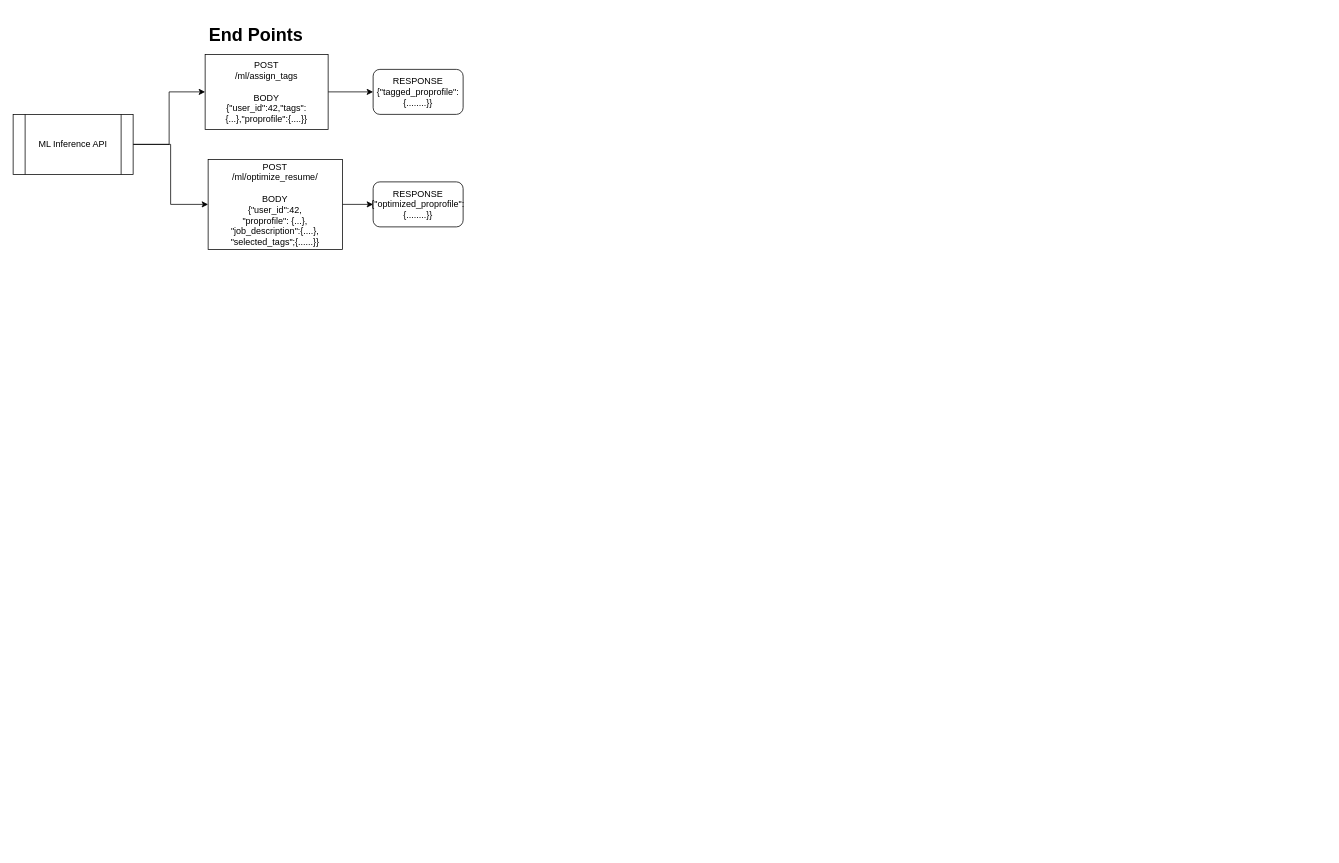
The draw.io diagram ML_Systems.drawio in wereign/rizzume_ml, before the edit. Source tidied: cells renumbered, new cells numbered last; positions are measured from the earlier drawing's top-left corner, leaving out a move shared by most shapes. Both pictures are drawn from the tidied source at 75%, with x=0, y=0 at pixel (13, 24).
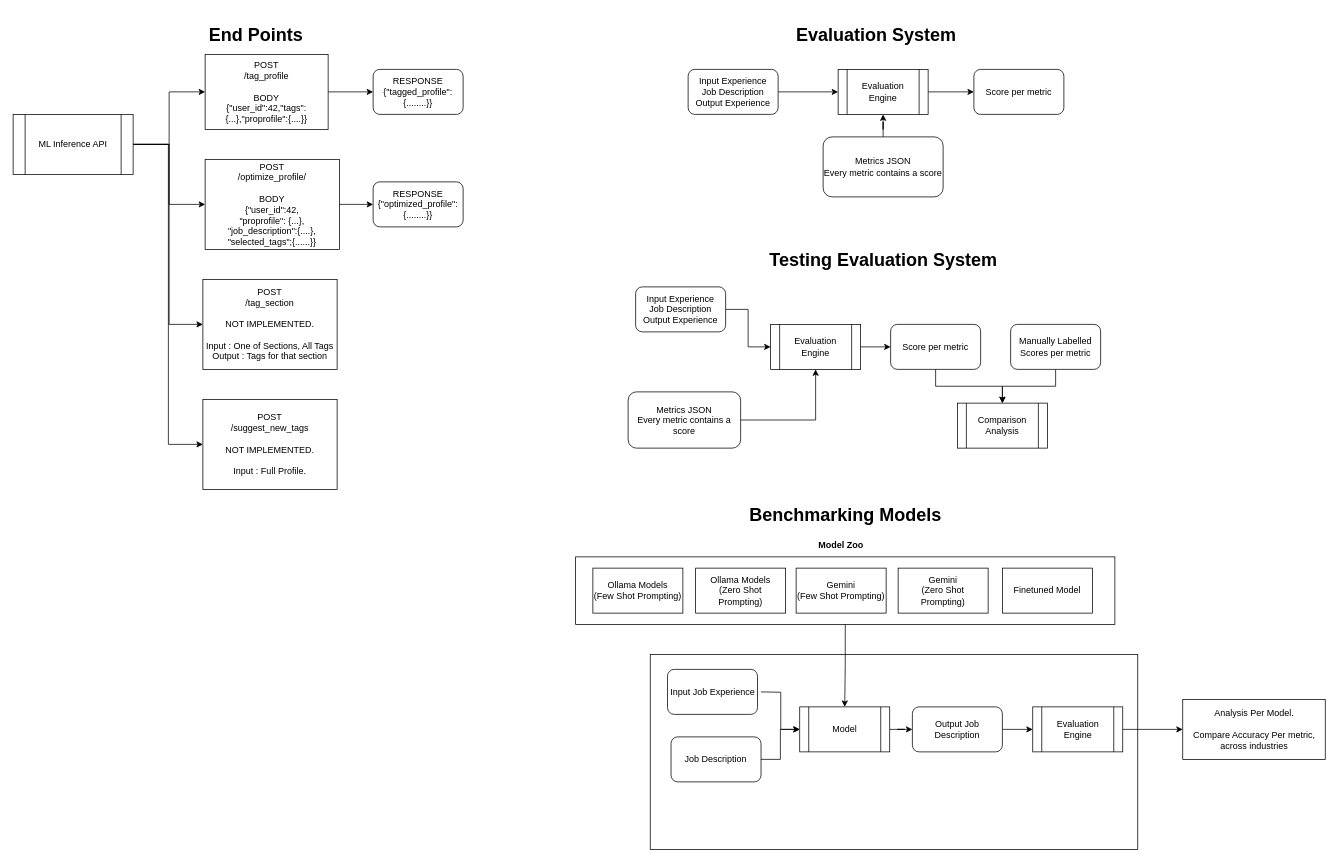
The same diagram, later.

Unchanged cells that the change refers to:
```xml
<mxCell id="5" value="ML Inference API" style="shape=process;whiteSpace=wrap;html=1;backgroundOutline=1;" parent="1" vertex="1">
  <mxGeometry y="120" width="160" height="80" as="geometry" />
</mxCell>
```

Change to the diagram source:
```diff
@@
+    <mxCell id="12" style="rounded=0;whiteSpace=wrap;html=1;" parent="1" vertex="1">
+      <mxGeometry x="849.5" y="840" width="650" height="260" as="geometry" />
+    </mxCell>
@@
+    <mxCell id="13" style="edgeStyle=orthogonalEdgeStyle;rounded=0;jettySize=auto;html=1;" parent="1" edge="1" target="15">
+      <mxGeometry relative="1" as="geometry">
+        <mxPoint x="158" y="160" as="sourcePoint" />
+        <Array as="points">
+          <mxPoint x="208" y="160" />
+          <mxPoint x="208" y="400" />
+        </Array>
+      </mxGeometry>
+    </mxCell>
+    <mxCell id="14" style="edgeStyle=orthogonalEdgeStyle;rounded=0;jettySize=auto;html=1;entryX=0;entryY=0.5;entryDx=0;entryDy=0;" parent="1" edge="1" source="5" target="16">
+      <mxGeometry relative="1" as="geometry">
+        <Array as="points">
+          <mxPoint x="207" y="160" />
+          <mxPoint x="207" y="560" />
+        </Array>
+      </mxGeometry>
+    </mxCell>
@@
-    <mxCell id="7" value="POST&lt;div&gt;/ml/assign_tags&lt;/div&gt;&lt;div&gt;&lt;br&gt;&lt;/div&gt;&lt;div&gt;BODY&lt;/div&gt;&lt;div&gt;{&quot;user_id&quot;:42,&quot;tags&quot;:{...},&quot;proprofile&quot;:{....}}&lt;/div&gt;" style="rounded=0;whiteSpace=wrap;html=1;" parent="1" vertex="1">
+    <mxCell id="7" value="POST&lt;div&gt;/tag_profile&lt;/div&gt;&lt;div&gt;&lt;br&gt;&lt;/div&gt;&lt;div&gt;BODY&lt;/div&gt;&lt;div&gt;{&quot;user_id&quot;:42,&quot;tags&quot;:{...},&quot;proprofile&quot;:{....}}&lt;/div&gt;" style="rounded=0;whiteSpace=wrap;html=1;" parent="1" vertex="1">
       <mxGeometry x="256" y="40" width="164" height="100" as="geometry" />
     </mxCell>
-    <mxCell id="8" value="RESPONSE&lt;div&gt;{&quot;tagged_proprofile&quot;:{........}}&lt;/div&gt;" style="rounded=1;whiteSpace=wrap;html=1;" parent="1" vertex="1">
+    <mxCell id="8" value="RESPONSE&lt;div&gt;{&quot;tagged_profile&quot;:{........}}&lt;/div&gt;" style="rounded=1;whiteSpace=wrap;html=1;" parent="1" vertex="1">
       <mxGeometry x="480" y="60" width="120" height="60" as="geometry" />
     </mxCell>
@@
-    <mxCell id="10" value="POST&lt;div&gt;/ml/optimize_resume/&lt;/div&gt;&lt;div&gt;&lt;br&gt;&lt;/div&gt;&lt;div&gt;BODY&lt;/div&gt;&lt;div&gt;{&quot;user_id&quot;:42,&lt;/div&gt;&lt;div&gt;&quot;proprofile&quot;: {...},&lt;/div&gt;&lt;div&gt;&quot;job_description&quot;:{....},&lt;/div&gt;&lt;div&gt;&quot;selected_tags&quot;;{......}}&lt;/div&gt;" style="rounded=0;whiteSpace=wrap;html=1;" parent="1" vertex="1">
-      <mxGeometry x="260" y="180" width="179" height="120" as="geometry" />
+    <mxCell id="10" value="POST&lt;div&gt;/optimize_profile/&lt;/div&gt;&lt;div&gt;&lt;br&gt;&lt;/div&gt;&lt;div&gt;BODY&lt;/div&gt;&lt;div&gt;{&quot;user_id&quot;:42,&lt;/div&gt;&lt;div&gt;&quot;proprofile&quot;: {...},&lt;/div&gt;&lt;div&gt;&quot;job_description&quot;:{....},&lt;/div&gt;&lt;div&gt;&quot;selected_tags&quot;;{......}}&lt;/div&gt;" style="rounded=0;whiteSpace=wrap;html=1;" parent="1" vertex="1">
+      <mxGeometry x="256" y="180" width="179" height="120" as="geometry" />
     </mxCell>
-    <mxCell id="11" value="RESPONSE&lt;div&gt;{&quot;optimized_proprofile&quot;:{........}}&lt;/div&gt;" style="rounded=1;whiteSpace=wrap;html=1;" parent="1" vertex="1">
+    <mxCell id="11" value="RESPONSE&lt;div&gt;{&quot;optimized_profile&quot;:{........}}&lt;/div&gt;" style="rounded=1;whiteSpace=wrap;html=1;" parent="1" vertex="1">
       <mxGeometry x="480" y="210" width="120" height="60" as="geometry" />
     </mxCell>
+    <mxCell id="15" value="POST&lt;div&gt;/tag_section&lt;/div&gt;&lt;div&gt;&lt;br&gt;&lt;/div&gt;&lt;div&gt;NOT IMPLEMENTED.&lt;/div&gt;&lt;div&gt;&lt;br&gt;&lt;/div&gt;&lt;div&gt;Input : One of Sections, All Tags&lt;/div&gt;&lt;div&gt;Output : Tags for that section&lt;/div&gt;" style="rounded=0;whiteSpace=wrap;html=1;" parent="1" vertex="1">
+      <mxGeometry x="253" y="340" width="179" height="120" as="geometry" />
+    </mxCell>
+    <mxCell id="16" value="POST&lt;div&gt;/suggest_new_tags&lt;/div&gt;&lt;div&gt;&lt;br&gt;&lt;/div&gt;&lt;div&gt;NOT IMPLEMENTED.&lt;/div&gt;&lt;div&gt;&lt;br&gt;&lt;/div&gt;&lt;div&gt;Input : Full Profile.&lt;/div&gt;" style="rounded=0;whiteSpace=wrap;html=1;" parent="1" vertex="1">
+      <mxGeometry x="253" y="500" width="179" height="120" as="geometry" />
+    </mxCell>
+    <mxCell id="17" value="&lt;h1&gt;Evaluation System&lt;/h1&gt;" style="text;html=1;align=center;verticalAlign=middle;whiteSpace=wrap;rounded=0;" parent="1" vertex="1">
+      <mxGeometry x="1043" width="216" height="30" as="geometry" />
+    </mxCell>
+    <mxCell id="18" value="&lt;h1&gt;Testing Evaluation System&lt;/h1&gt;" style="text;html=1;align=center;verticalAlign=middle;whiteSpace=wrap;rounded=0;" parent="1" vertex="1">
+      <mxGeometry x="966.5" y="300" width="387" height="30" as="geometry" />
+    </mxCell>
+    <mxCell id="19" style="edgeStyle=orthogonalEdgeStyle;rounded=0;jettySize=auto;html=1;" parent="1" edge="1" source="20" target="21">
+      <mxGeometry relative="1" as="geometry" />
+    </mxCell>
+    <mxCell id="20" value="Evaluation Engine" style="shape=process;whiteSpace=wrap;html=1;backgroundOutline=1;" parent="1" vertex="1">
+      <mxGeometry x="1100" y="60" width="120" height="60" as="geometry" />
+    </mxCell>
+    <mxCell id="21" value="Score per metric" style="rounded=1;whiteSpace=wrap;html=1;" parent="1" vertex="1">
+      <mxGeometry x="1281" y="60" width="120" height="60" as="geometry" />
+    </mxCell>
+    <mxCell id="22" style="edgeStyle=orthogonalEdgeStyle;rounded=0;jettySize=auto;html=1;" parent="1" edge="1" source="23" target="20">
+      <mxGeometry relative="1" as="geometry" />
+    </mxCell>
+    <mxCell id="23" value="Input Experience&lt;div&gt;Job Description&lt;/div&gt;&lt;div&gt;Output Experience&lt;/div&gt;" style="rounded=1;whiteSpace=wrap;html=1;" parent="1" vertex="1">
+      <mxGeometry x="900" y="60" width="120" height="60" as="geometry" />
+    </mxCell>
+    <mxCell id="24" style="edgeStyle=orthogonalEdgeStyle;rounded=0;jettySize=auto;html=1;" parent="1" edge="1" source="25" target="20">
+      <mxGeometry relative="1" as="geometry" />
+    </mxCell>
+    <mxCell id="25" value="Metrics JSON&lt;div&gt;Every metric contains a score&lt;/div&gt;" style="rounded=1;whiteSpace=wrap;html=1;" parent="1" vertex="1">
+      <mxGeometry x="1080" y="150" width="160" height="80" as="geometry" />
+    </mxCell>
+    <mxCell id="26" style="edgeStyle=orthogonalEdgeStyle;rounded=0;jettySize=auto;html=1;" parent="1" edge="1" source="27" target="31">
+      <mxGeometry relative="1" as="geometry" />
+    </mxCell>
+    <mxCell id="27" value="Input Experience&lt;div&gt;Job Description&lt;/div&gt;&lt;div&gt;Output Experience&lt;/div&gt;" style="rounded=1;whiteSpace=wrap;html=1;" parent="1" vertex="1">
+      <mxGeometry x="830" y="350" width="120" height="60" as="geometry" />
+    </mxCell>
+    <mxCell id="28" style="edgeStyle=orthogonalEdgeStyle;rounded=0;jettySize=auto;html=1;entryX=0.5;entryY=0;entryDx=0;entryDy=0;" parent="1" edge="1" source="29" target="35">
+      <mxGeometry relative="1" as="geometry" />
+    </mxCell>
+    <mxCell id="29" value="&lt;div&gt;Manually Labelled Scores per metric&lt;/div&gt;" style="rounded=1;whiteSpace=wrap;html=1;" parent="1" vertex="1">
+      <mxGeometry x="1330" y="400" width="120" height="60" as="geometry" />
+    </mxCell>
+    <mxCell id="30" style="edgeStyle=orthogonalEdgeStyle;rounded=0;jettySize=auto;html=1;" parent="1" edge="1" source="31" target="34">
+      <mxGeometry relative="1" as="geometry" />
+    </mxCell>
+    <mxCell id="31" value="Evaluation Engine" style="shape=process;whiteSpace=wrap;html=1;backgroundOutline=1;" parent="1" vertex="1">
+      <mxGeometry x="1010" y="400" width="120" height="60" as="geometry" />
+    </mxCell>
+    <mxCell id="32" style="edgeStyle=orthogonalEdgeStyle;rounded=0;jettySize=auto;html=1;" parent="1" edge="1" source="33" target="31">
+      <mxGeometry relative="1" as="geometry" />
+    </mxCell>
+    <mxCell id="33" value="Metrics JSON&lt;div&gt;Every metric contains a score&lt;/div&gt;" style="rounded=1;whiteSpace=wrap;html=1;" parent="1" vertex="1">
+      <mxGeometry x="820" y="490" width="150" height="75" as="geometry" />
+    </mxCell>
+    <mxCell id="34" value="Score per metric" style="rounded=1;whiteSpace=wrap;html=1;" parent="1" vertex="1">
+      <mxGeometry x="1170" y="400" width="120" height="60" as="geometry" />
+    </mxCell>
+    <mxCell id="35" value="Comparison Analysis" style="shape=process;whiteSpace=wrap;html=1;backgroundOutline=1;" parent="1" vertex="1">
+      <mxGeometry x="1259" y="505" width="120" height="60" as="geometry" />
+    </mxCell>
+    <mxCell id="36" style="edgeStyle=orthogonalEdgeStyle;rounded=0;jettySize=auto;html=1;exitX=0.5;exitY=1;exitDx=0;exitDy=0;" parent="1" edge="1" source="34" target="35">
+      <mxGeometry relative="1" as="geometry" />
+    </mxCell>
+    <mxCell id="37" value="&lt;h1&gt;Benchmarking Models&lt;/h1&gt;" style="text;html=1;align=center;verticalAlign=middle;whiteSpace=wrap;rounded=0;" parent="1" vertex="1">
+      <mxGeometry x="955.5" y="640" width="308" height="30" as="geometry" />
+    </mxCell>
+    <mxCell id="38" style="edgeStyle=orthogonalEdgeStyle;rounded=0;jettySize=auto;html=1;" parent="1" edge="1" source="39" target="53">
+      <mxGeometry relative="1" as="geometry" />
+    </mxCell>
+    <mxCell id="39" style="rounded=0;whiteSpace=wrap;html=1;" parent="1" vertex="1">
+      <mxGeometry x="750" y="710" width="719" height="90" as="geometry" />
+    </mxCell>
+    <mxCell id="40" value="Ollama Models&lt;br&gt;(Few Shot Prompting)" style="rounded=0;whiteSpace=wrap;html=1;" parent="1" vertex="1">
+      <mxGeometry x="773" y="725" width="120" height="60" as="geometry" />
+    </mxCell>
+    <mxCell id="41" value="Ollama Models&lt;div&gt;(Zero Shot Prompting)&lt;/div&gt;" style="rounded=0;whiteSpace=wrap;html=1;" parent="1" vertex="1">
+      <mxGeometry x="910" y="725" width="120" height="60" as="geometry" />
+    </mxCell>
+    <mxCell id="42" value="Gemini&lt;div&gt;(Few Shot Prompting)&lt;/div&gt;" style="rounded=0;whiteSpace=wrap;html=1;" parent="1" vertex="1">
+      <mxGeometry x="1044" y="725" width="120" height="60" as="geometry" />
+    </mxCell>
+    <mxCell id="43" value="Gemini&lt;div&gt;(Zero Shot Prompting)&lt;/div&gt;" style="rounded=0;whiteSpace=wrap;html=1;" parent="1" vertex="1">
+      <mxGeometry x="1180" y="725" width="120" height="60" as="geometry" />
+    </mxCell>
+    <mxCell id="44" value="Finetuned Model" style="rounded=0;whiteSpace=wrap;html=1;" parent="1" vertex="1">
+      <mxGeometry x="1319" y="725" width="120" height="60" as="geometry" />
+    </mxCell>
+    <mxCell id="45" value="&lt;b&gt;Model Zoo&lt;/b&gt;" style="text;html=1;align=center;verticalAlign=middle;whiteSpace=wrap;rounded=0;" parent="1" vertex="1">
+      <mxGeometry x="1059" y="680" width="90" height="30" as="geometry" />
+    </mxCell>
+    <mxCell id="46" style="edgeStyle=orthogonalEdgeStyle;rounded=0;jettySize=auto;html=1;entryX=0;entryY=0.5;entryDx=0;entryDy=0;" parent="1" edge="1" target="53">
+      <mxGeometry relative="1" as="geometry">
+        <mxPoint x="997.2" y="890" as="sourcePoint" />
+      </mxGeometry>
+    </mxCell>
+    <mxCell id="47" value="Input Job Experience" style="rounded=1;whiteSpace=wrap;html=1;" parent="1" vertex="1">
+      <mxGeometry x="872.5" y="860" width="120" height="60" as="geometry" />
+    </mxCell>
+    <mxCell id="48" style="edgeStyle=orthogonalEdgeStyle;rounded=0;jettySize=auto;html=1;entryX=0;entryY=0.5;entryDx=0;entryDy=0;" parent="1" edge="1" source="49" target="53">
+      <mxGeometry relative="1" as="geometry" />
+    </mxCell>
+    <mxCell id="49" value="Job Description" style="rounded=1;whiteSpace=wrap;html=1;" parent="1" vertex="1">
+      <mxGeometry x="877.2" y="950" width="120" height="60" as="geometry" />
+    </mxCell>
+    <mxCell id="50" style="edgeStyle=orthogonalEdgeStyle;rounded=0;jettySize=auto;html=1;" parent="1" edge="1" source="51" target="55">
+      <mxGeometry relative="1" as="geometry" />
+    </mxCell>
+    <mxCell id="51" value="Output Job Description" style="rounded=1;whiteSpace=wrap;html=1;" parent="1" vertex="1">
+      <mxGeometry x="1199" y="910" width="120" height="60" as="geometry" />
+    </mxCell>
+    <mxCell id="52" style="edgeStyle=orthogonalEdgeStyle;rounded=0;jettySize=auto;html=1;" parent="1" edge="1" source="53" target="51">
+      <mxGeometry relative="1" as="geometry" />
+    </mxCell>
+    <mxCell id="53" value="Model" style="shape=process;whiteSpace=wrap;html=1;backgroundOutline=1;" parent="1" vertex="1">
+      <mxGeometry x="1048.8" y="910" width="120" height="60" as="geometry" />
+    </mxCell>
+    <mxCell id="54" style="edgeStyle=orthogonalEdgeStyle;rounded=0;jettySize=auto;html=1;" parent="1" edge="1" source="55" target="56">
+      <mxGeometry relative="1" as="geometry" />
+    </mxCell>
+    <mxCell id="55" value="Evaluation Engine" style="shape=process;whiteSpace=wrap;html=1;backgroundOutline=1;" parent="1" vertex="1">
+      <mxGeometry x="1359.5" y="910" width="120" height="60" as="geometry" />
+    </mxCell>
+    <mxCell id="56" value="Analysis Per Model.&lt;div&gt;&lt;br&gt;&lt;/div&gt;&lt;div&gt;Compare Accuracy Per metric, across industries&lt;/div&gt;" style="whiteSpace=wrap;html=1;" parent="1" vertex="1">
+      <mxGeometry x="1559.5" y="900" width="190" height="80" as="geometry" />
+    </mxCell>
```
